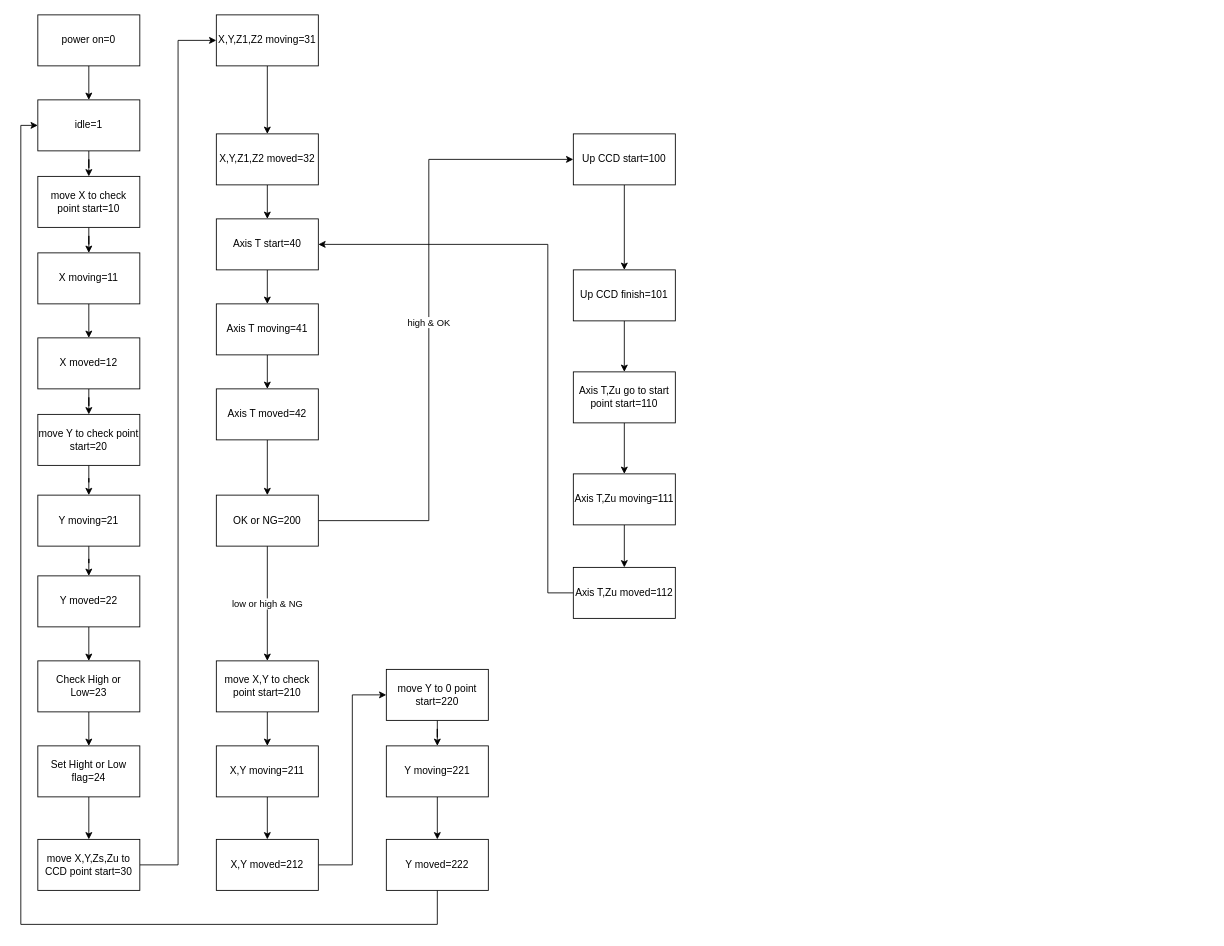
The draw.io diagram PLC/20-905-main.drawio in elec-jack/20-905, before the edit. Source tidied: cells renumbered, new cells numbered last; positions are measured from the earlier drawing's top-left corner, leaving out a move shared by most shapes. Both pictures are drawn from the tidied source at 85%, with x=0, y=0 at pixel (20, 14).
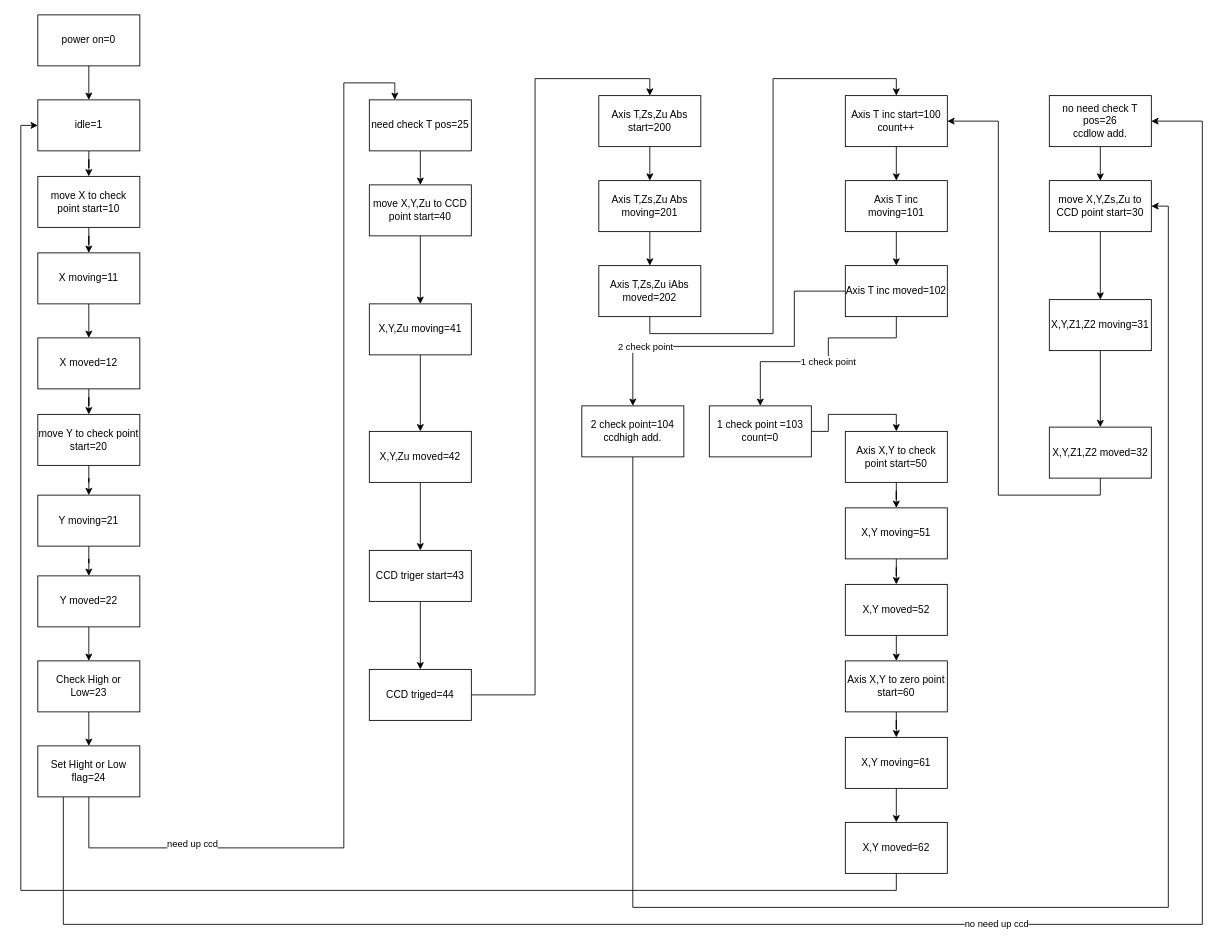
After the change.

Unchanged cells that the change refers to:
```xml
<mxCell id="5" value="idle=1" style="rounded=0;whiteSpace=wrap;html=1;" parent="1" vertex="1">
  <mxGeometry x="20" y="100" width="120" height="60" as="geometry" />
</mxCell>
<mxCell id="21" value="Set Hight or Low flag=24" style="rounded=0;whiteSpace=wrap;html=1;" parent="1" vertex="1">
  <mxGeometry x="20" y="860" width="120" height="60" as="geometry" />
</mxCell>
```

Diff of the diagram source:
```diff
@@
-    <mxCell id="20" style="edgeStyle=orthogonalEdgeStyle;rounded=0;jettySize=auto;html=1;" parent="1" edge="1" source="21" target="23">
-      <mxGeometry relative="1" as="geometry" />
-    </mxCell>
+    <mxCell id="59" value="no need up ccd" style="edgeStyle=orthogonalEdgeStyle;rounded=0;jettySize=auto;html=1;exitX=0.25;exitY=1;exitDx=0;exitDy=0;entryX=1;entryY=0.5;entryDx=0;entryDy=0;" parent="1" edge="1" source="21" target="70">
+      <mxGeometry relative="1" as="geometry">
+        <Array as="points">
+          <mxPoint x="50" y="1070" />
+          <mxPoint x="1390" y="1070" />
+          <mxPoint x="1390" y="125" />
+        </Array>
+      </mxGeometry>
+    </mxCell>
+    <mxCell id="60" style="edgeStyle=orthogonalEdgeStyle;rounded=0;jettySize=auto;html=1;entryX=0.25;entryY=0;entryDx=0;entryDy=0;" parent="1" edge="1" target="68">
+      <mxGeometry relative="1" as="geometry">
+        <mxPoint x="80" y="920" as="sourcePoint" />
+        <Array as="points">
+          <mxPoint x="80" y="980" />
+          <mxPoint x="380" y="980" />
+          <mxPoint x="380" y="80" />
+          <mxPoint x="440" y="80" />
+        </Array>
+      </mxGeometry>
+    </mxCell>
+    <mxCell id="61" value="need up ccd" style="edgeLabel;html=1;align=center;verticalAlign=middle;" parent="60" vertex="1">
+      <mxGeometry x="-0.73" y="5" relative="1" as="geometry" />
+    </mxCell>
@@
-    <mxCell id="22" style="edgeStyle=orthogonalEdgeStyle;rounded=0;jettySize=auto;html=1;entryX=0;entryY=0.5;entryDx=0;entryDy=0;" parent="1" edge="1" source="23" target="25">
+    <mxCell id="22" style="edgeStyle=orthogonalEdgeStyle;rounded=0;jettySize=auto;html=1;exitX=0.5;exitY=1;exitDx=0;exitDy=0;entryX=0.5;entryY=0;entryDx=0;entryDy=0;" parent="1" edge="1" source="23" target="25">
       <mxGeometry relative="1" as="geometry" />
     </mxCell>
     <mxCell id="23" value="move X,Y,Zs,Zu to CCD point start=30" style="rounded=0;whiteSpace=wrap;html=1;" parent="1" vertex="1">
-      <mxGeometry x="20" y="970" width="120" height="60" as="geometry" />
+      <mxGeometry x="1210" y="195" width="120" height="60" as="geometry" />
     </mxCell>
@@
     <mxCell id="25" value="X,Y,Z1,Z2 moving=31" style="rounded=0;whiteSpace=wrap;html=1;" parent="1" vertex="1">
-      <mxGeometry x="230" width="120" height="60" as="geometry" />
+      <mxGeometry x="1210" y="335" width="120" height="60" as="geometry" />
     </mxCell>
-    <mxCell id="26" value="high &amp;amp; OK" style="edgeStyle=orthogonalEdgeStyle;rounded=0;jettySize=auto;html=1;exitX=1;exitY=0.5;exitDx=0;exitDy=0;" parent="1" edge="1" source="40" target="32">
-      <mxGeometry relative="1" as="geometry">
-        <Array as="points">
-          <mxPoint x="480" y="595" />
-          <mxPoint x="480" y="170" />
-        </Array>
-      </mxGeometry>
-    </mxCell>
-    <mxCell id="27" style="edgeStyle=orthogonalEdgeStyle;rounded=0;jettySize=auto;html=1;exitX=0.5;exitY=1;exitDx=0;exitDy=0;entryX=0.5;entryY=0;entryDx=0;entryDy=0;" parent="1" edge="1" source="28" target="30">
+    <mxCell id="27" style="edgeStyle=orthogonalEdgeStyle;rounded=0;jettySize=auto;html=1;exitX=0.5;exitY=1;exitDx=0;exitDy=0;entryX=1;entryY=0.5;entryDx=0;entryDy=0;" parent="1" edge="1" source="28" target="30">
       <mxGeometry relative="1" as="geometry" />
     </mxCell>
     <mxCell id="28" value="X,Y,Z1,Z2 moved=32" style="rounded=0;whiteSpace=wrap;html=1;" parent="1" vertex="1">
-      <mxGeometry x="230" y="140" width="120" height="60" as="geometry" />
+      <mxGeometry x="1210" y="485" width="120" height="60" as="geometry" />
     </mxCell>
@@
-    <mxCell id="30" value="Axis T start=40" style="rounded=0;whiteSpace=wrap;html=1;" parent="1" vertex="1">
-      <mxGeometry x="230" y="240" width="120" height="60" as="geometry" />
+    <mxCell id="30" value="Axis T inc start=100&lt;br&gt;count++" style="rounded=0;whiteSpace=wrap;html=1;" parent="1" vertex="1">
+      <mxGeometry x="970" y="95" width="120" height="60" as="geometry" />
     </mxCell>
-    <mxCell id="31" style="edgeStyle=orthogonalEdgeStyle;rounded=0;jettySize=auto;html=1;" parent="1" edge="1" source="32" target="34">
-      <mxGeometry relative="1" as="geometry" />
-    </mxCell>
-    <mxCell id="32" value="Up CCD start=100" style="rounded=0;whiteSpace=wrap;html=1;" parent="1" vertex="1">
-      <mxGeometry x="650" y="140" width="120" height="60" as="geometry" />
-    </mxCell>
-    <mxCell id="33" style="edgeStyle=orthogonalEdgeStyle;rounded=0;jettySize=auto;html=1;" parent="1" edge="1" source="34" target="42">
-      <mxGeometry relative="1" as="geometry" />
-    </mxCell>
-    <mxCell id="34" value="Up CCD finish=101" style="rounded=0;whiteSpace=wrap;html=1;" parent="1" vertex="1">
-      <mxGeometry x="650" y="300" width="120" height="60" as="geometry" />
-    </mxCell>
@@
-    <mxCell id="36" value="Axis T moving=41" style="rounded=0;whiteSpace=wrap;html=1;" parent="1" vertex="1">
-      <mxGeometry x="230" y="340" width="120" height="60" as="geometry" />
+    <mxCell id="36" value="Axis T inc moving=101" style="rounded=0;whiteSpace=wrap;html=1;" parent="1" vertex="1">
+      <mxGeometry x="970" y="195" width="120" height="60" as="geometry" />
     </mxCell>
-    <mxCell id="37" style="edgeStyle=orthogonalEdgeStyle;rounded=0;jettySize=auto;html=1;" parent="1" edge="1" source="38" target="40">
-      <mxGeometry relative="1" as="geometry" />
-    </mxCell>
+    <mxCell id="62" style="edgeStyle=orthogonalEdgeStyle;rounded=0;jettySize=auto;html=1;exitX=0;exitY=0.5;exitDx=0;exitDy=0;entryX=0.5;entryY=0;entryDx=0;entryDy=0;" parent="1" edge="1" source="38" target="98">
+      <mxGeometry relative="1" as="geometry">
+        <Array as="points">
+          <mxPoint x="910" y="325" />
+          <mxPoint x="910" y="390" />
+          <mxPoint x="720" y="390" />
+        </Array>
+      </mxGeometry>
+    </mxCell>
+    <mxCell id="63" value="2 check point" style="edgeLabel;html=1;align=center;verticalAlign=middle;" parent="62" vertex="1">
+      <mxGeometry x="0.57" relative="1" as="geometry">
+        <mxPoint x="1" as="offset" />
+      </mxGeometry>
+    </mxCell>
+    <mxCell id="64" value="1 check point" style="edgeStyle=orthogonalEdgeStyle;rounded=0;jettySize=auto;html=1;exitX=0.5;exitY=1;exitDx=0;exitDy=0;entryX=0.5;entryY=0;entryDx=0;entryDy=0;" parent="1" edge="1" source="38" target="100">
+      <mxGeometry relative="1" as="geometry">
+        <Array as="points">
+          <mxPoint x="1030" y="380" />
+          <mxPoint x="950" y="380" />
+          <mxPoint x="950" y="408" />
+          <mxPoint x="870" y="408" />
+        </Array>
+      </mxGeometry>
+    </mxCell>
-    <mxCell id="38" value="Axis T moved=42" style="rounded=0;whiteSpace=wrap;html=1;" parent="1" vertex="1">
-      <mxGeometry x="230" y="440" width="120" height="60" as="geometry" />
+    <mxCell id="38" value="Axis T inc moved=102" style="rounded=0;whiteSpace=wrap;html=1;" parent="1" vertex="1">
+      <mxGeometry x="970" y="295" width="120" height="60" as="geometry" />
     </mxCell>
-    <mxCell id="39" value="low or high &amp;amp; NG" style="edgeStyle=orthogonalEdgeStyle;rounded=0;jettySize=auto;html=1;" parent="1" edge="1" source="40" target="48">
-      <mxGeometry relative="1" as="geometry" />
-    </mxCell>
-    <mxCell id="40" value="OK or NG=200" style="rounded=0;whiteSpace=wrap;html=1;" parent="1" vertex="1">
-      <mxGeometry x="230" y="565" width="120" height="60" as="geometry" />
-    </mxCell>
-    <mxCell id="41" style="edgeStyle=orthogonalEdgeStyle;rounded=0;jettySize=auto;html=1;" parent="1" edge="1" source="42" target="44">
-      <mxGeometry relative="1" as="geometry" />
-    </mxCell>
-    <mxCell id="42" value="Axis T,Zu go to start point start=110" style="rounded=0;whiteSpace=wrap;html=1;" parent="1" vertex="1">
-      <mxGeometry x="650" y="420" width="120" height="60" as="geometry" />
-    </mxCell>
-    <mxCell id="43" style="edgeStyle=orthogonalEdgeStyle;rounded=0;jettySize=auto;html=1;" parent="1" edge="1" source="44" target="46">
-      <mxGeometry relative="1" as="geometry" />
-    </mxCell>
-    <mxCell id="44" value="Axis T,Zu moving=111" style="rounded=0;whiteSpace=wrap;html=1;" parent="1" vertex="1">
-      <mxGeometry x="650" y="540" width="120" height="60" as="geometry" />
-    </mxCell>
-    <mxCell id="45" style="edgeStyle=orthogonalEdgeStyle;rounded=0;jettySize=auto;html=1;exitX=0;exitY=0.5;exitDx=0;exitDy=0;entryX=1;entryY=0.5;entryDx=0;entryDy=0;" parent="1" edge="1" source="46" target="30">
-      <mxGeometry relative="1" as="geometry">
-        <Array as="points">
-          <mxPoint x="620" y="680" />
-          <mxPoint x="620" y="270" />
-        </Array>
-      </mxGeometry>
-    </mxCell>
-    <mxCell id="46" value="Axis T,Zu moved=112" style="rounded=0;whiteSpace=wrap;html=1;" parent="1" vertex="1">
-      <mxGeometry x="650" y="650" width="120" height="60" as="geometry" />
-    </mxCell>
-    <mxCell id="47" style="edgeStyle=orthogonalEdgeStyle;rounded=0;jettySize=auto;html=1;" parent="1" edge="1" source="48" target="50">
-      <mxGeometry relative="1" as="geometry" />
-    </mxCell>
-    <mxCell id="48" value="move X,Y to check point start=210" style="rounded=0;whiteSpace=wrap;html=1;" parent="1" vertex="1">
-      <mxGeometry x="230" y="760" width="120" height="60" as="geometry" />
-    </mxCell>
-    <mxCell id="49" style="edgeStyle=orthogonalEdgeStyle;rounded=0;jettySize=auto;html=1;" parent="1" edge="1" source="50" target="52">
-      <mxGeometry relative="1" as="geometry" />
-    </mxCell>
-    <mxCell id="50" value="X,Y moving=211" style="rounded=0;whiteSpace=wrap;html=1;" parent="1" vertex="1">
-      <mxGeometry x="230" y="860" width="120" height="60" as="geometry" />
-    </mxCell>
-    <mxCell id="51" style="edgeStyle=orthogonalEdgeStyle;rounded=0;jettySize=auto;html=1;entryX=0;entryY=0.5;entryDx=0;entryDy=0;" parent="1" edge="1" source="52" target="54">
-      <mxGeometry relative="1" as="geometry" />
-    </mxCell>
-    <mxCell id="52" value="X,Y moved=212" style="rounded=0;whiteSpace=wrap;html=1;" parent="1" vertex="1">
-      <mxGeometry x="230" y="970" width="120" height="60" as="geometry" />
-    </mxCell>
-    <mxCell id="53" style="edgeStyle=orthogonalEdgeStyle;rounded=0;jettySize=auto;html=1;" parent="1" edge="1" source="54" target="56">
-      <mxGeometry relative="1" as="geometry" />
-    </mxCell>
-    <mxCell id="54" value="move Y to 0 point start=220" style="rounded=0;whiteSpace=wrap;html=1;" parent="1" vertex="1">
-      <mxGeometry x="430" y="770" width="120" height="60" as="geometry" />
-    </mxCell>
-    <mxCell id="55" style="edgeStyle=orthogonalEdgeStyle;rounded=0;jettySize=auto;html=1;" parent="1" edge="1" source="56" target="58">
-      <mxGeometry relative="1" as="geometry" />
-    </mxCell>
-    <mxCell id="56" value="Y moving=221" style="rounded=0;whiteSpace=wrap;html=1;" parent="1" vertex="1">
-      <mxGeometry x="430" y="860" width="120" height="60" as="geometry" />
-    </mxCell>
-    <mxCell id="57" style="edgeStyle=orthogonalEdgeStyle;rounded=0;jettySize=auto;html=1;exitX=0.5;exitY=1;exitDx=0;exitDy=0;entryX=0;entryY=0.5;entryDx=0;entryDy=0;" parent="1" edge="1" source="58" target="5">
-      <mxGeometry relative="1" as="geometry">
-        <Array as="points">
-          <mxPoint x="490" y="1070" />
-          <mxPoint y="1070" />
-          <mxPoint y="130" />
-        </Array>
-      </mxGeometry>
-    </mxCell>
-    <mxCell id="58" value="Y moved=222" style="rounded=0;whiteSpace=wrap;html=1;" parent="1" vertex="1">
-      <mxGeometry x="430" y="970" width="120" height="60" as="geometry" />
-    </mxCell>
+    <mxCell id="65" style="edgeStyle=orthogonalEdgeStyle;rounded=0;jettySize=auto;html=1;exitX=0.5;exitY=1;exitDx=0;exitDy=0;entryX=0.5;entryY=0;entryDx=0;entryDy=0;" parent="1" edge="1" source="66" target="72">
+      <mxGeometry relative="1" as="geometry" />
+    </mxCell>
+    <mxCell id="66" value="&lt;span&gt;move X,Y,Zu to CCD point start=40&lt;/span&gt;" style="rounded=0;whiteSpace=wrap;html=1;" parent="1" vertex="1">
+      <mxGeometry x="410" y="200" width="120" height="60" as="geometry" />
+    </mxCell>
+    <mxCell id="67" style="edgeStyle=orthogonalEdgeStyle;rounded=0;jettySize=auto;html=1;exitX=0.5;exitY=1;exitDx=0;exitDy=0;entryX=0.5;entryY=0;entryDx=0;entryDy=0;" parent="1" edge="1" source="68" target="66">
+      <mxGeometry relative="1" as="geometry" />
+    </mxCell>
+    <mxCell id="68" value="need check T pos=25" style="rounded=0;whiteSpace=wrap;html=1;" parent="1" vertex="1">
+      <mxGeometry x="410" y="100" width="120" height="60" as="geometry" />
+    </mxCell>
+    <mxCell id="69" style="edgeStyle=orthogonalEdgeStyle;rounded=0;jettySize=auto;html=1;exitX=0.5;exitY=1;exitDx=0;exitDy=0;entryX=0.5;entryY=0;entryDx=0;entryDy=0;" parent="1" edge="1" source="70" target="23">
+      <mxGeometry relative="1" as="geometry" />
+    </mxCell>
+    <mxCell id="70" value="no need check T pos=26&lt;br&gt;ccdlow add." style="rounded=0;whiteSpace=wrap;html=1;" parent="1" vertex="1">
+      <mxGeometry x="1210" y="95" width="120" height="60" as="geometry" />
+    </mxCell>
+    <mxCell id="71" style="edgeStyle=orthogonalEdgeStyle;rounded=0;jettySize=auto;html=1;" parent="1" edge="1" source="72" target="74">
+      <mxGeometry relative="1" as="geometry" />
+    </mxCell>
+    <mxCell id="72" value="X,Y,Zu moving=41" style="rounded=0;whiteSpace=wrap;html=1;" parent="1" vertex="1">
+      <mxGeometry x="410" y="340" width="120" height="60" as="geometry" />
+    </mxCell>
+    <mxCell id="73" style="edgeStyle=orthogonalEdgeStyle;rounded=0;jettySize=auto;html=1;" parent="1" edge="1" source="74" target="76">
+      <mxGeometry relative="1" as="geometry" />
+    </mxCell>
+    <mxCell id="74" value="X,Y,Zu moved=42" style="rounded=0;whiteSpace=wrap;html=1;" parent="1" vertex="1">
+      <mxGeometry x="410" y="490" width="120" height="60" as="geometry" />
+    </mxCell>
+    <mxCell id="75" style="edgeStyle=orthogonalEdgeStyle;rounded=0;jettySize=auto;html=1;" parent="1" edge="1" source="76" target="78">
+      <mxGeometry relative="1" as="geometry" />
+    </mxCell>
+    <mxCell id="76" value="CCD triger start=43" style="rounded=0;whiteSpace=wrap;html=1;" parent="1" vertex="1">
+      <mxGeometry x="410" y="630" width="120" height="60" as="geometry" />
+    </mxCell>
+    <mxCell id="77" style="edgeStyle=orthogonalEdgeStyle;rounded=0;jettySize=auto;html=1;entryX=0.5;entryY=0;entryDx=0;entryDy=0;" parent="1" edge="1" source="78" target="80">
+      <mxGeometry relative="1" as="geometry" />
+    </mxCell>
+    <mxCell id="78" value="CCD triged=44" style="rounded=0;whiteSpace=wrap;html=1;" parent="1" vertex="1">
+      <mxGeometry x="410" y="770" width="120" height="60" as="geometry" />
+    </mxCell>
+    <mxCell id="79" style="edgeStyle=orthogonalEdgeStyle;rounded=0;jettySize=auto;html=1;" parent="1" edge="1" source="80" target="82">
+      <mxGeometry relative="1" as="geometry" />
+    </mxCell>
+    <mxCell id="80" value="Axis T,Zs,Zu Abs start=200" style="rounded=0;whiteSpace=wrap;html=1;" parent="1" vertex="1">
+      <mxGeometry x="680" y="95" width="120" height="60" as="geometry" />
+    </mxCell>
+    <mxCell id="81" style="edgeStyle=orthogonalEdgeStyle;rounded=0;jettySize=auto;html=1;" parent="1" edge="1" source="82" target="84">
+      <mxGeometry relative="1" as="geometry" />
+    </mxCell>
+    <mxCell id="82" value="Axis T,Zs,Zu Abs moving=201" style="rounded=0;whiteSpace=wrap;html=1;" parent="1" vertex="1">
+      <mxGeometry x="680" y="195" width="120" height="60" as="geometry" />
+    </mxCell>
+    <mxCell id="83" style="edgeStyle=orthogonalEdgeStyle;rounded=0;jettySize=auto;html=1;exitX=0.5;exitY=1;exitDx=0;exitDy=0;entryX=0.5;entryY=0;entryDx=0;entryDy=0;" parent="1" edge="1" source="84" target="30">
+      <mxGeometry relative="1" as="geometry" />
+    </mxCell>
+    <mxCell id="84" value="Axis T,Zs,Zu iAbs moved=202" style="rounded=0;whiteSpace=wrap;html=1;" parent="1" vertex="1">
+      <mxGeometry x="680" y="295" width="120" height="60" as="geometry" />
+    </mxCell>
+    <mxCell id="85" style="edgeStyle=orthogonalEdgeStyle;rounded=0;jettySize=auto;html=1;" parent="1" edge="1" source="86" target="88">
+      <mxGeometry relative="1" as="geometry" />
+    </mxCell>
+    <mxCell id="86" value="Axis X,Y to check point start=50" style="rounded=0;whiteSpace=wrap;html=1;" parent="1" vertex="1">
+      <mxGeometry x="970" y="490" width="120" height="60" as="geometry" />
+    </mxCell>
+    <mxCell id="87" style="edgeStyle=orthogonalEdgeStyle;rounded=0;jettySize=auto;html=1;" parent="1" edge="1" source="88" target="90">
+      <mxGeometry relative="1" as="geometry" />
+    </mxCell>
+    <mxCell id="88" value="X,Y moving=51" style="rounded=0;whiteSpace=wrap;html=1;" parent="1" vertex="1">
+      <mxGeometry x="970" y="580" width="120" height="60" as="geometry" />
+    </mxCell>
+    <mxCell id="89" style="edgeStyle=orthogonalEdgeStyle;rounded=0;jettySize=auto;html=1;exitX=0.5;exitY=1;exitDx=0;exitDy=0;entryX=0.5;entryY=0;entryDx=0;entryDy=0;" parent="1" edge="1" source="90" target="92">
+      <mxGeometry relative="1" as="geometry" />
+    </mxCell>
+    <mxCell id="90" value="X,Y moved=52" style="rounded=0;whiteSpace=wrap;html=1;" parent="1" vertex="1">
+      <mxGeometry x="970" y="670" width="120" height="60" as="geometry" />
+    </mxCell>
+    <mxCell id="91" style="edgeStyle=orthogonalEdgeStyle;rounded=0;jettySize=auto;html=1;" parent="1" edge="1" source="92" target="94">
+      <mxGeometry relative="1" as="geometry" />
+    </mxCell>
+    <mxCell id="92" value="Axis X,Y to zero point start=60" style="rounded=0;whiteSpace=wrap;html=1;" parent="1" vertex="1">
+      <mxGeometry x="970" y="760" width="120" height="60" as="geometry" />
+    </mxCell>
+    <mxCell id="93" style="edgeStyle=orthogonalEdgeStyle;rounded=0;jettySize=auto;html=1;" parent="1" edge="1" source="94" target="96">
+      <mxGeometry relative="1" as="geometry" />
+    </mxCell>
+    <mxCell id="94" value="X,Y moving=61" style="rounded=0;whiteSpace=wrap;html=1;" parent="1" vertex="1">
+      <mxGeometry x="970" y="850" width="120" height="60" as="geometry" />
+    </mxCell>
+    <mxCell id="95" style="edgeStyle=orthogonalEdgeStyle;rounded=0;jettySize=auto;html=1;exitX=0.5;exitY=1;exitDx=0;exitDy=0;entryX=0;entryY=0.5;entryDx=0;entryDy=0;" parent="1" edge="1" source="96" target="5">
+      <mxGeometry relative="1" as="geometry" />
+    </mxCell>
+    <mxCell id="96" value="X,Y moved=62" style="rounded=0;whiteSpace=wrap;html=1;" parent="1" vertex="1">
+      <mxGeometry x="970" y="950" width="120" height="60" as="geometry" />
+    </mxCell>
+    <mxCell id="97" style="edgeStyle=orthogonalEdgeStyle;rounded=0;jettySize=auto;html=1;exitX=0.5;exitY=1;exitDx=0;exitDy=0;entryX=1;entryY=0.5;entryDx=0;entryDy=0;" parent="1" edge="1" source="98" target="23">
+      <mxGeometry relative="1" as="geometry">
+        <Array as="points">
+          <mxPoint x="720" y="1050" />
+          <mxPoint x="1350" y="1050" />
+          <mxPoint x="1350" y="225" />
+        </Array>
+      </mxGeometry>
+    </mxCell>
+    <mxCell id="98" value="2 check point=104&lt;br&gt;ccdhigh add." style="rounded=0;whiteSpace=wrap;html=1;" parent="1" vertex="1">
+      <mxGeometry x="660" y="460" width="120" height="60" as="geometry" />
+    </mxCell>
+    <mxCell id="99" style="edgeStyle=orthogonalEdgeStyle;rounded=0;jettySize=auto;html=1;exitX=1;exitY=0.5;exitDx=0;exitDy=0;entryX=0.5;entryY=0;entryDx=0;entryDy=0;" parent="1" edge="1" source="100" target="86">
+      <mxGeometry relative="1" as="geometry" />
+    </mxCell>
+    <mxCell id="100" value="1 check point =103&lt;br&gt;count=0" style="rounded=0;whiteSpace=wrap;html=1;" parent="1" vertex="1">
+      <mxGeometry x="810" y="460" width="120" height="60" as="geometry" />
+    </mxCell>
```
